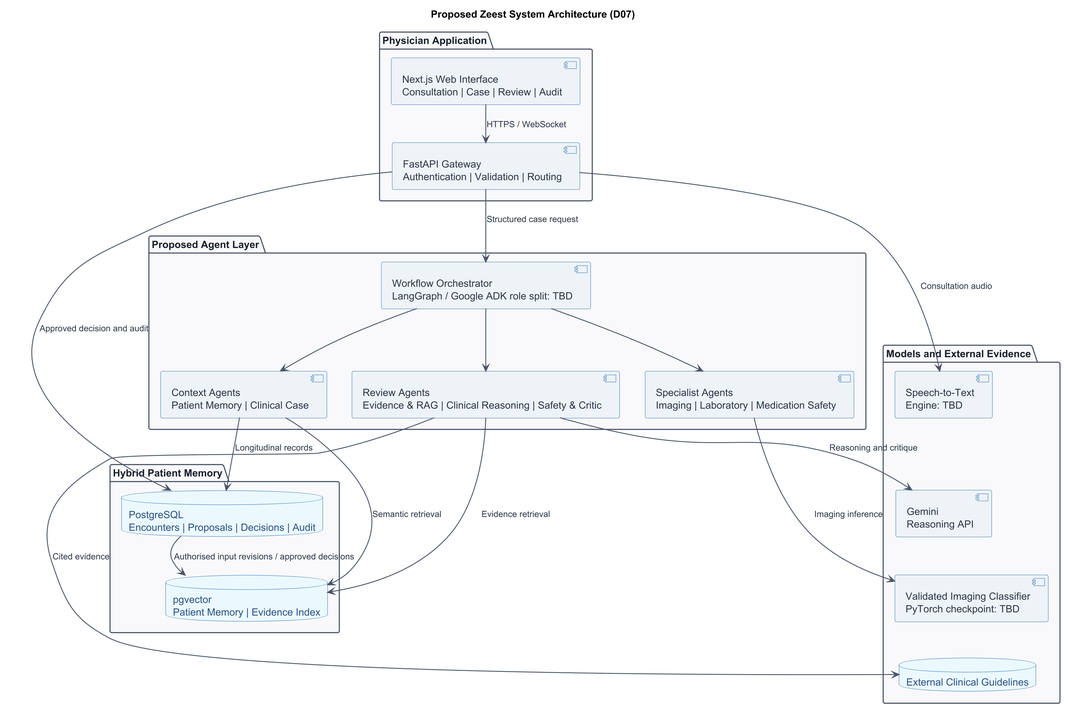
Above: Report template/Figures/esha_D07_system_architecture.png in fatimamalik2307/fyp-report (PlantUML), before the change.
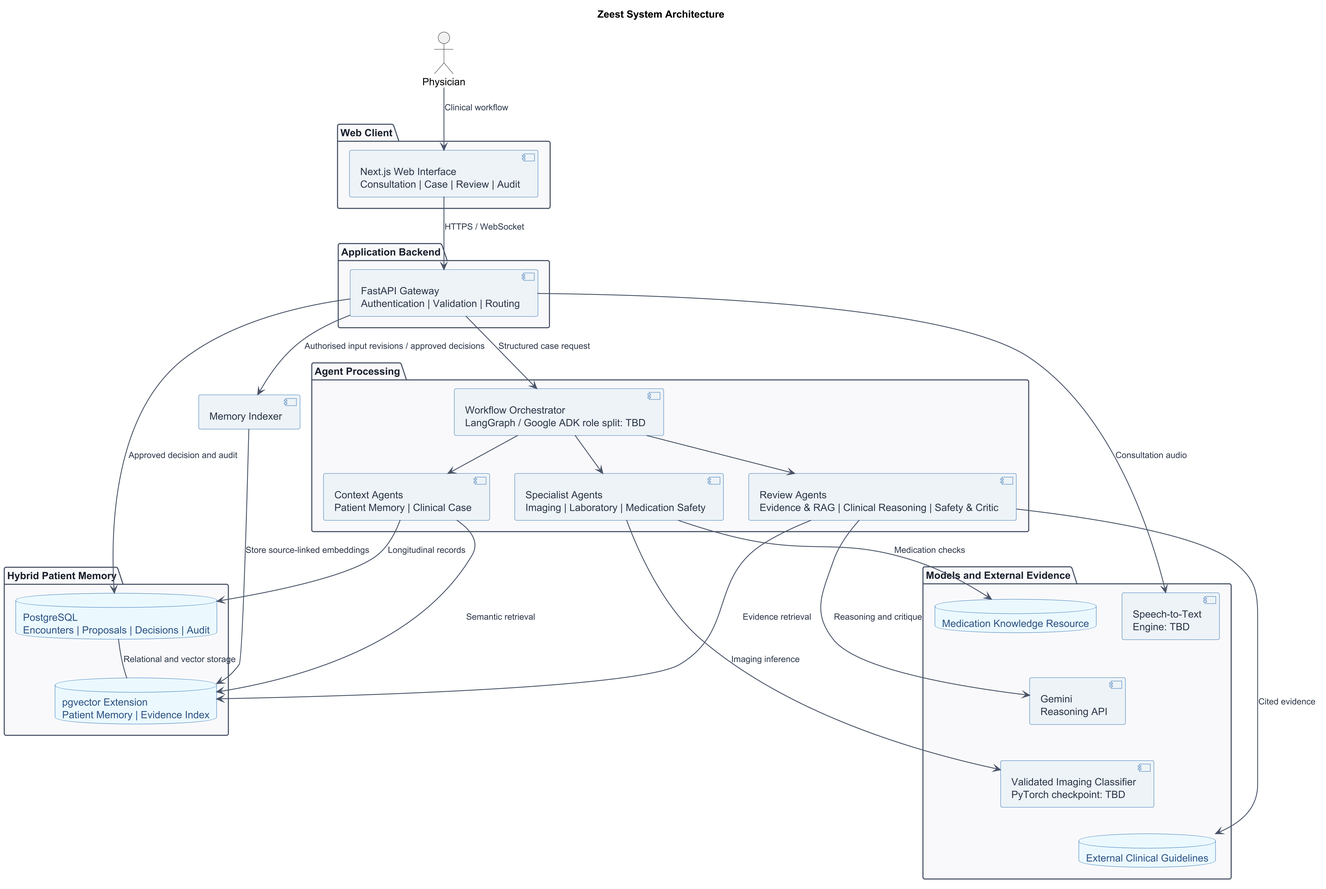
The same file after the commit.

The edit, as a diff of the source:
```diff
@@ -30,15 +30,20 @@
 FontSize 12
 }
 
-title Proposed Zeest System Architecture (D07)
+title Zeest System Architecture
 
-package "Physician Application" as ClientLayer {
+actor Physician
+
+package "Web Client" as ClientLayer {
   component [Next.js Web Interface\nConsultation | Case | Review | Audit] as WebUI
+}
+
+package "Application Backend" as BackendLayer {
   component [FastAPI Gateway\nAuthentication | Validation | Routing] as API
   WebUI --> API : HTTPS / WebSocket
 }
 
-package "Proposed Agent Layer" as AgentLayer {
+package "Agent Processing" as AgentLayer {
   component [Workflow Orchestrator\nLangGraph / Google ADK role split: TBD] as Orchestrator
   component [Context Agents\nPatient Memory | Clinical Case] as ContextAgents
   component [Specialist Agents\nImaging | Laboratory | Medication Safety] as SpecialistAgents
@@ -53,6 +58,7 @@
   component [Gemini\nReasoning API] as GeminiModel
   component [Validated Imaging Classifier\nPyTorch checkpoint: TBD] as ImagingModel
   database "External Clinical Guidelines" as Guidelines
+  database "Medication Knowledge Resource" as MedicationKB
   Transcriber -[hidden]down-> GeminiModel
   GeminiModel -[hidden]down-> ImagingModel
   ImagingModel -[hidden]down-> Guidelines
@@ -60,9 +66,11 @@
 
 package "Hybrid Patient Memory" as DataLayer {
   database "PostgreSQL\nEncounters | Proposals | Decisions | Audit" as PostgreSQL
-  database "pgvector\nPatient Memory | Evidence Index" as Pgvector
+  database "pgvector Extension\nPatient Memory | Evidence Index" as Pgvector
 }
 
+Physician --> WebUI : Clinical workflow
+SpecialistAgents --> MedicationKB : Medication checks
 API --> Orchestrator : Structured case request
 API --> Transcriber : Consultation audio
 ContextAgents --> PostgreSQL : Longitudinal records
@@ -72,6 +80,9 @@
 ReviewAgents --> Guidelines : Cited evidence
 ReviewAgents --> Pgvector : Evidence retrieval
 API --> PostgreSQL : Approved decision and audit
-PostgreSQL --> Pgvector : Authorised input revisions / approved decisions
+component [Memory Indexer] as Indexer
+API --> Indexer : Authorised input revisions / approved decisions
+Indexer --> Pgvector : Store source-linked embeddings
+PostgreSQL -- Pgvector : Relational and vector storage
 
 @enduml
```
